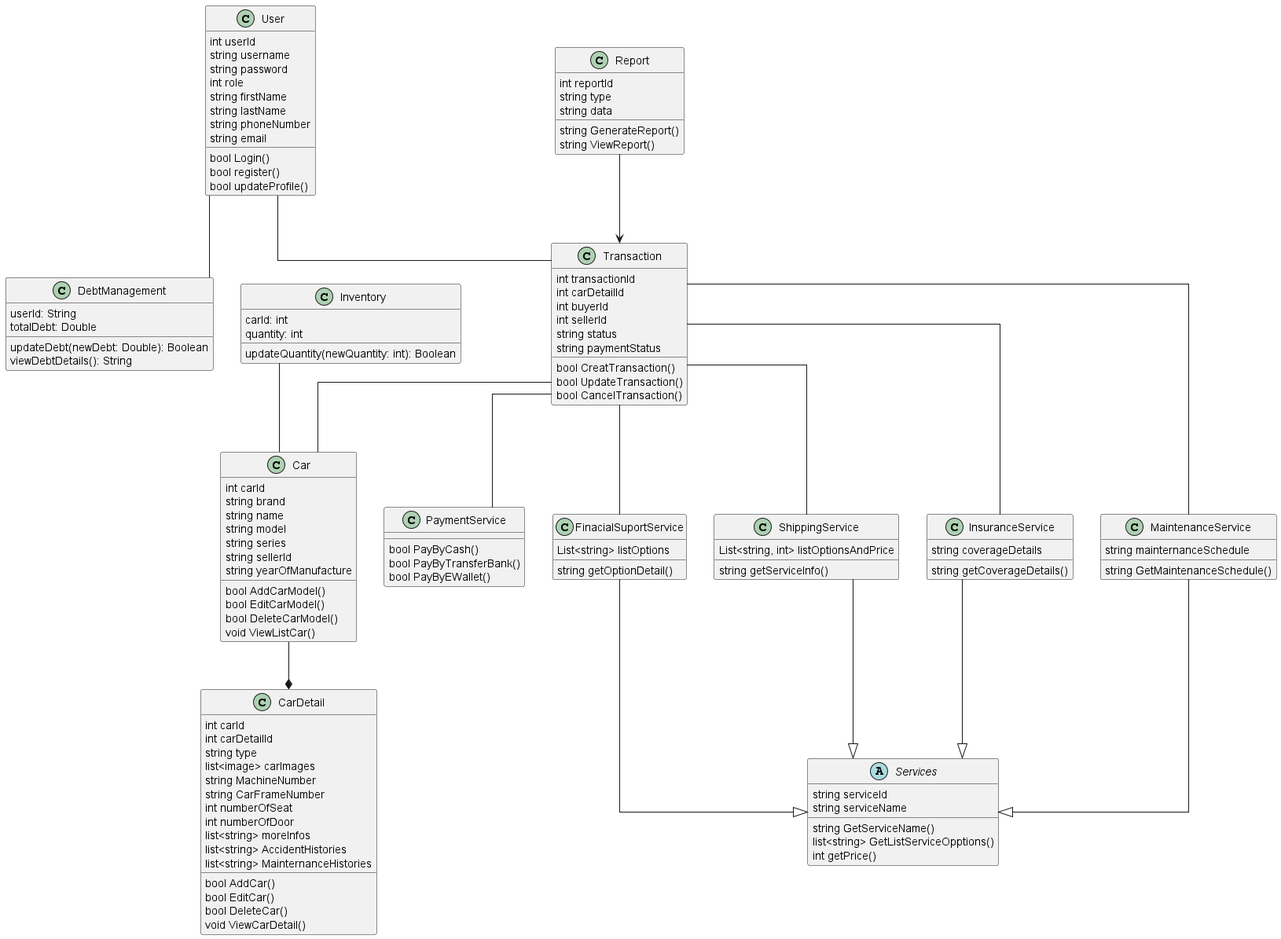
Earlier version of the PlantUML export out/Lab1/Lab1.2/Class/Lab1.2 ClassDiagram/Lab1.2 ClassDiagram.png (phutuctran/SE357-Pratice-class). Its diagram source:
```plantuml
@startuml
skinparam linetype ortho

class User{
    int userId
    string username
    string password
    int role
    string firstName
    string lastName
    string phoneNumber
    string email
    bool Login()
    bool register()
    bool updateProfile()
}
class DebtManagement {
  userId: String
  totalDebt: Double
  updateDebt(newDebt: Double): Boolean
  viewDebtDetails(): String
}

class Car{
    int carId
    string brand
    string name
    string model
    string series
    string sellerId
    string yearOfManufacture
    bool AddCarModel()
    bool EditCarModel()
    bool DeleteCarModel()
    void ViewListCar()
}

class CarDetail{
    int carId
    int carDetailId
    string type
    list<image> carImages
    string MachineNumber
    string CarFrameNumber
    int numberOfSeat
    int numberOfDoor
    list<string> moreInfos
    list<string> AccidentHistories
    list<string> MainternanceHistories
    bool AddCar()
    bool EditCar()
    bool DeleteCar()
    void ViewCarDetail()
}
class Inventory {
  carId: int
  quantity: int
  updateQuantity(newQuantity: int): Boolean
}

class Transaction{
    int transactionId
    int carDetailId
    int buyerId
    int sellerId
    string status
    string paymentStatus
    bool CreatTransaction()
    bool UpdateTransaction()
    bool CancelTransaction()
}

abstract class Services{
    string serviceId
    string serviceName
    string GetServiceName()
    list<string> GetListServiceOpptions()
    int getPrice()
}

class PaymentService{
    bool PayByCash()
    bool PayByTransferBank()
    bool PayByEWallet()
}

class FinacialSuportService{
    List<string> listOptions
    string getOptionDetail()
}

class ShippingService{
    List<string, int> listOptionsAndPrice
    string getServiceInfo()
}

class InsuranceService{
    string coverageDetails
    string getCoverageDetails()
}

class MaintenanceService{
    string mainternanceSchedule
    string GetMaintenanceSchedule()
}

class Report{
    int reportId
    string type
    string data
    string GenerateReport()
    string ViewReport()
}

MaintenanceService --|> Services
ShippingService --|> Services
InsuranceService --|> Services
FinacialSuportService --|> Services

User -- Transaction
User -- DebtManagement
Transaction -- Car
Transaction -- ShippingService
Transaction -- InsuranceService
Transaction -- MaintenanceService
Transaction -- PaymentService
Transaction -- FinacialSuportService
Inventory -- Car
Report --> Transaction

Car --* CarDetail

@enduml
```
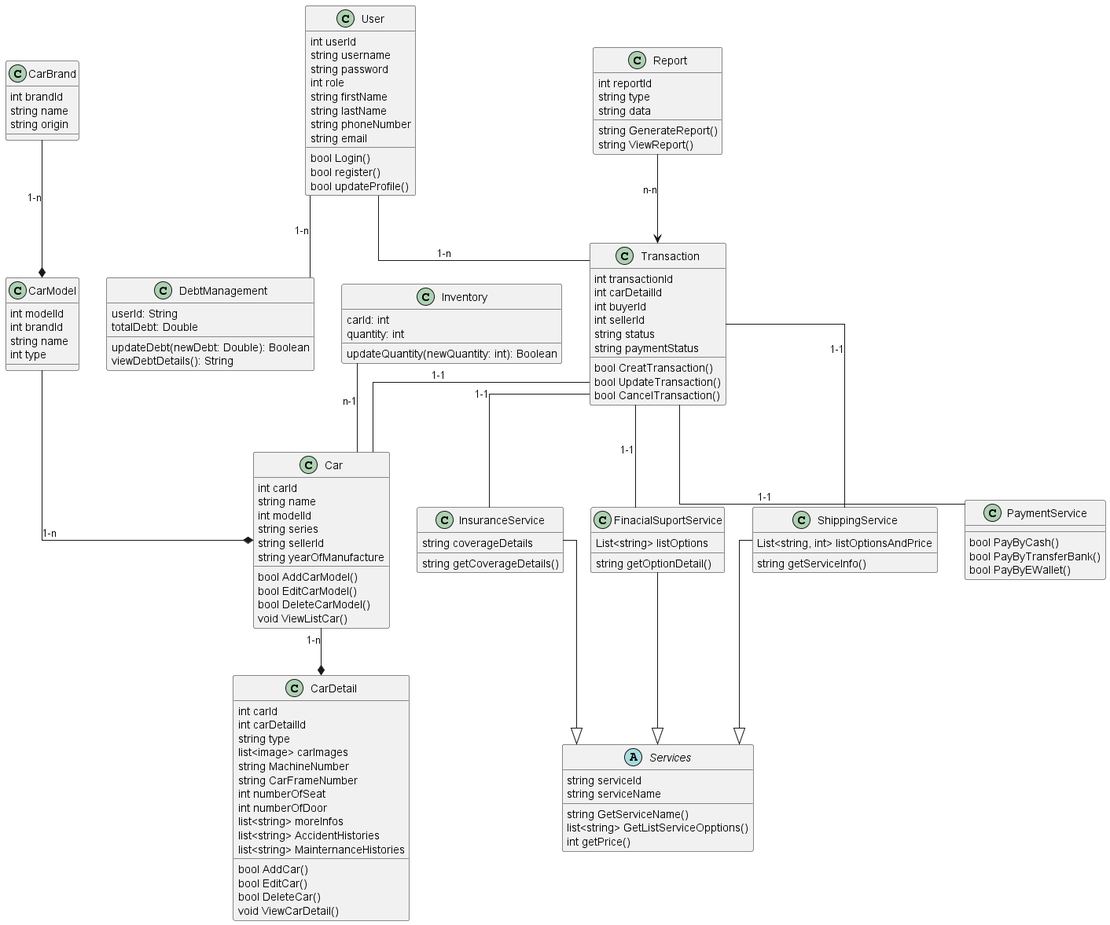
After the commit.

Commit message:
update class dia

Change to the diagram source:
```diff
@@ -21,11 +21,23 @@
   viewDebtDetails(): String
 }
 
+class CarBrand{
+    int brandId
+    string name
+    string origin
+}
+
+class CarModel{
+    int modelId
+    int brandId
+    string name
+    int type
+}
+
 class Car{
     int carId
-    string brand
     string name
-    string model
+    int modelId
     string series
     string sellerId
     string yearOfManufacture
@@ -99,10 +111,6 @@
     string getCoverageDetails()
 }
 
-class MaintenanceService{
-    string mainternanceSchedule
-    string GetMaintenanceSchedule()
-}
 
 class Report{
     int reportId
@@ -112,22 +120,22 @@
     string ViewReport()
 }
 
-MaintenanceService --|> Services
 ShippingService --|> Services
 InsuranceService --|> Services
 FinacialSuportService --|> Services
 
-User -- Transaction
-User -- DebtManagement
-Transaction -- Car
-Transaction -- ShippingService
-Transaction -- InsuranceService
-Transaction -- MaintenanceService
-Transaction -- PaymentService
-Transaction -- FinacialSuportService
-Inventory -- Car
-Report --> Transaction
+User -- Transaction : 1-n
+User -- DebtManagement : 1-n
+Transaction -- Car : 1-1
+Transaction -- ShippingService : 1-1
+Transaction -- InsuranceService : 1-1
+Transaction -- PaymentService : 1-1
+Transaction -- FinacialSuportService : 1-1
+Inventory -- Car : n-1
+Report --> Transaction : n-n
 
-Car --* CarDetail
+Car --* CarDetail : 1-n
+CarBrand --* CarModel : 1-n
+CarModel --* Car : 1-n
 
 @enduml
```
